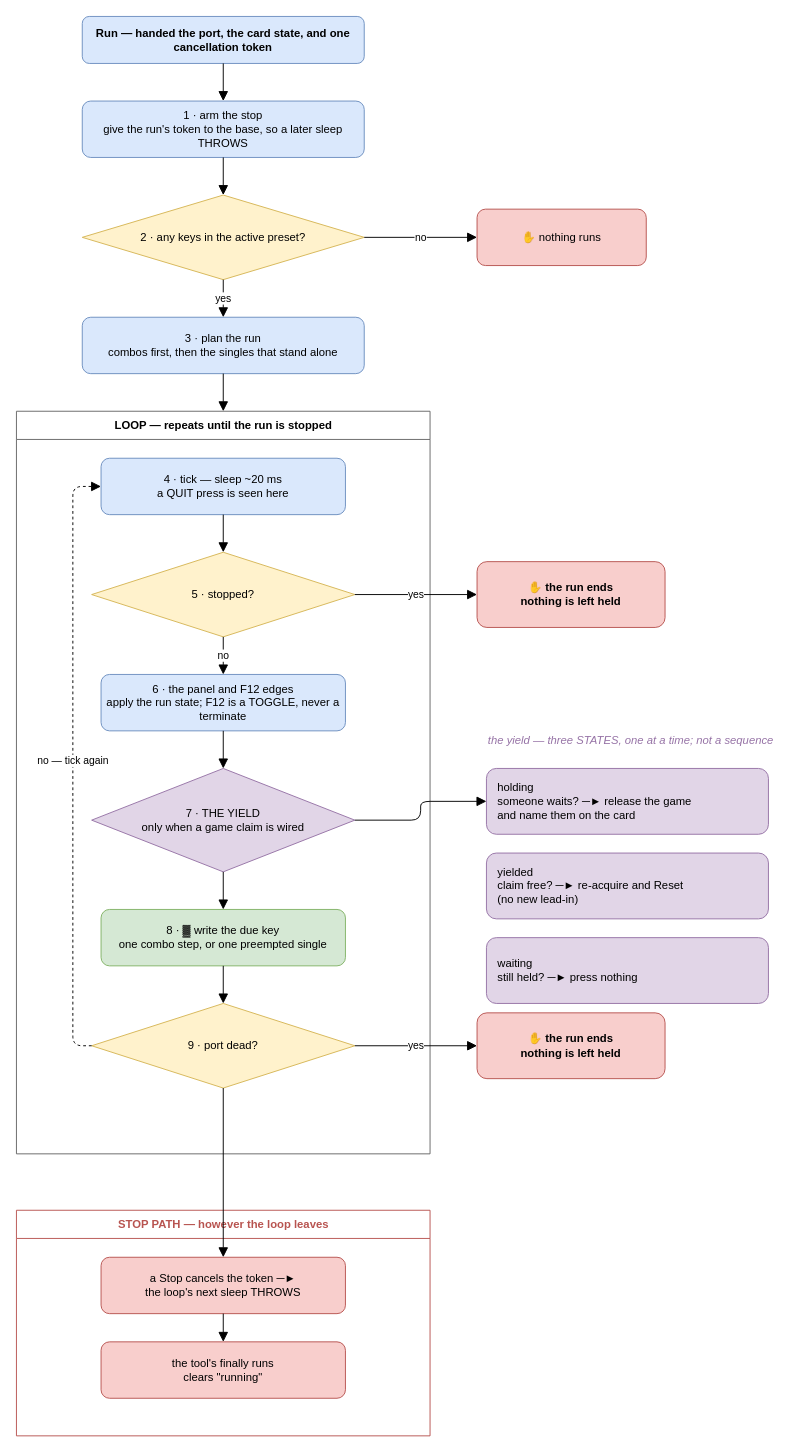
Above: v2/docs/diagrams/spammer-flow.drawio in keikeiiu/seal-tools (draw.io), before the change. Source tidied: cells renumbered, new cells numbered last; positions are measured from the earlier drawing's top-left corner, leaving out a move shared by most shapes. Both pictures are drawn from the tidied source at 94%, with x=0, y=0 at pixel (16, 16).
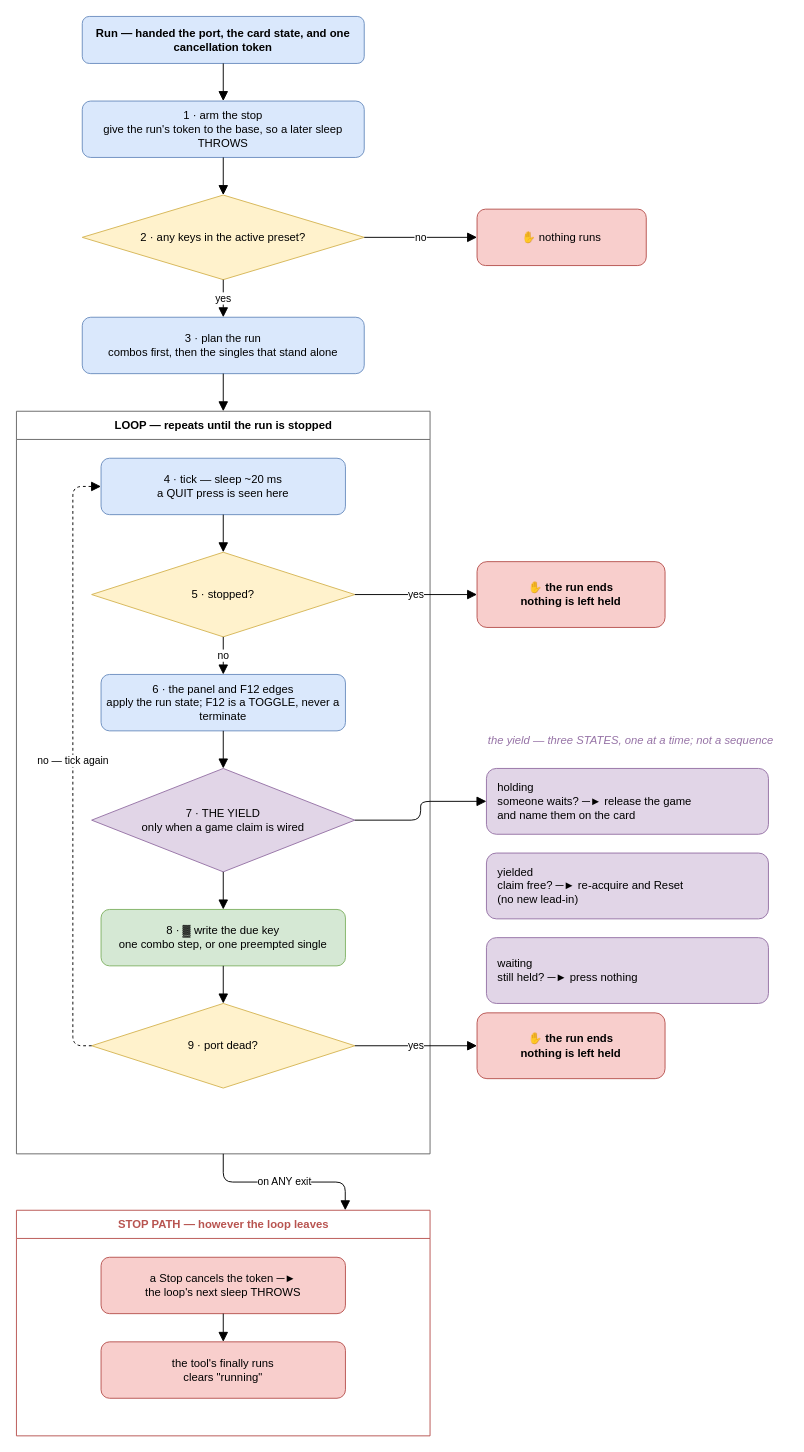
The same page after the edit.

Commit message:
docs(diagrams): the stop path hangs off the loop, not off one exit

The change refers to these unchanged cells:
```xml
<mxCell id="7" value="LOOP — repeats until the run is stopped" style="swimlane;startSize=30;html=1;fillColor=none;strokeColor=#666666;fontStyle=1;" parent="1" vertex="1">
  <mxGeometry y="420" width="440" height="790" as="geometry" />
</mxCell>
<mxCell id="13" value="9 · port dead?" style="rhombus;whiteSpace=wrap;html=1;fillColor=#fff2cc;strokeColor=#d6b656;" parent="7" vertex="1">
  <mxGeometry x="80" y="630" width="280" height="90" as="geometry" />
</mxCell>
<mxCell id="17" value="STOP PATH — however the loop leaves" style="swimlane;startSize=30;html=1;fillColor=none;strokeColor=#b85450;fontStyle=1;fontColor=#b85450;" parent="1" vertex="1">
  <mxGeometry y="1270" width="440" height="240" as="geometry" />
</mxCell>
<mxCell id="18" value="a Stop cancels the token ─►&#10;the loop's next sleep THROWS" style="rounded=1;whiteSpace=wrap;html=1;fillColor=#f8cecc;strokeColor=#b85450;" parent="17" vertex="1">
  <mxGeometry x="90" y="50" width="260" height="60" as="geometry" />
</mxCell>
```

What changed in the source:
```diff
@@
-    <mxCell id="37" style="edgeStyle=orthogonalEdgeStyle;rounded=1;jettySize=auto;html=1;endArrow=block;endSize=8;exitX=0.5;exitY=1;exitDx=0;exitDy=0;entryX=0.5;entryY=0;entryDx=0;entryDy=0;" parent="1" edge="1" source="13" target="18">
+    <mxCell id="37" value="on ANY exit" style="edgeStyle=orthogonalEdgeStyle;rounded=1;jettySize=auto;html=1;endArrow=block;endSize=8;exitX=0.5;exitY=1;exitDx=0;exitDy=0;entryX=0.795;entryY=0;entryDx=0;entryDy=0;" parent="1" edge="1" source="7" target="17">
       <mxGeometry relative="1" as="geometry" />
     </mxCell>
```
